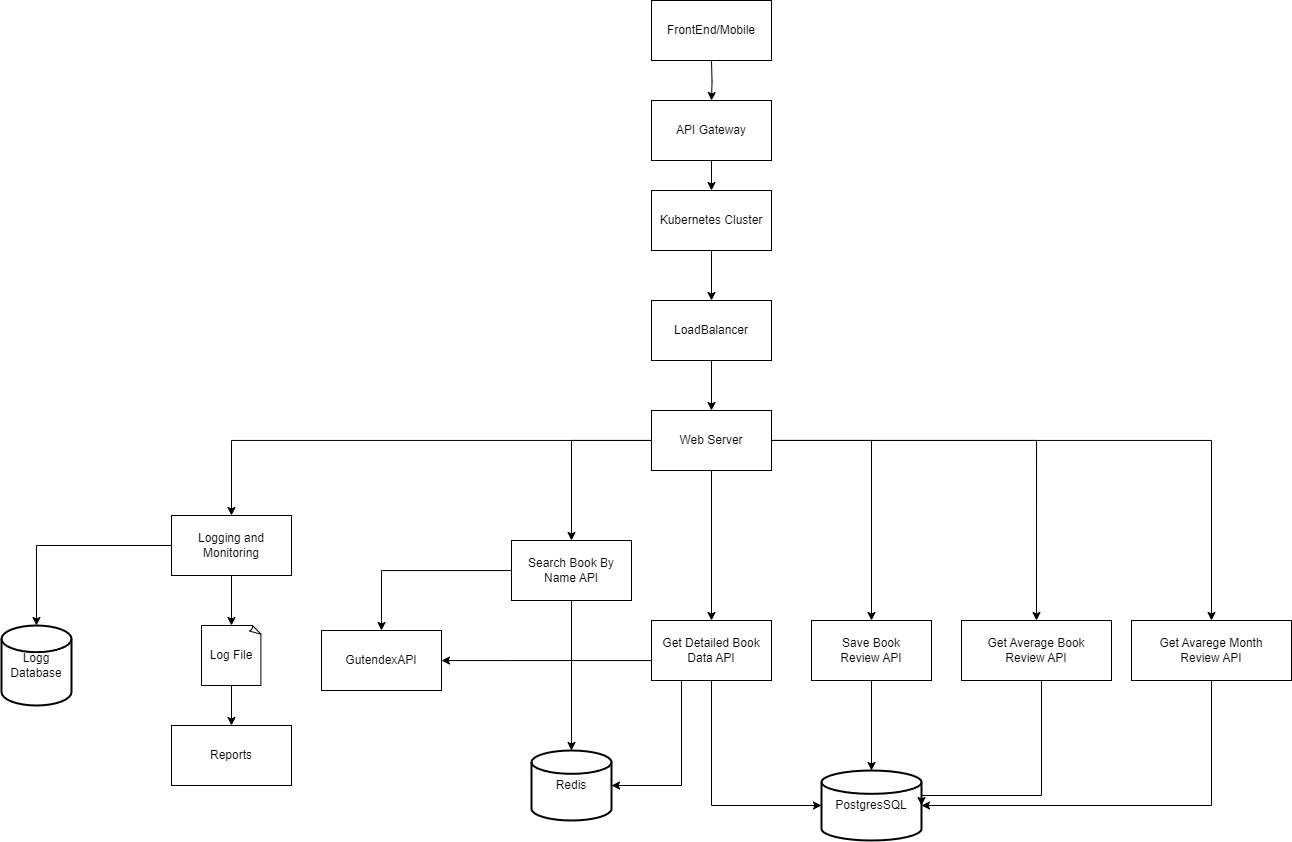
Earlier version of the draw.io export systemdiagram.png (CarlosIlgenfritz/bookreview). Source tidied: cells renumbered, new cells last; positions are measured from the earlier drawing's top-left corner, leaving out a move shared by most shapes. Source of this version:
```xml
<mxGraphModel>
  <root>
    <mxCell id="0" />
    <mxCell id="1" parent="0" />
    <mxCell id="2" style="edgeStyle=orthogonalEdgeStyle;rounded=0;jettySize=auto;html=1;" parent="1" edge="1" target="39">
      <mxGeometry relative="1" as="geometry">
        <mxPoint x="710" y="60" as="sourcePoint" />
      </mxGeometry>
    </mxCell>
    <mxCell id="3" value="FrontEnd/Mobile" style="rounded=0;whiteSpace=wrap;html=1;" parent="1" vertex="1">
      <mxGeometry x="650" width="120" height="60" as="geometry" />
    </mxCell>
    <mxCell id="4" style="edgeStyle=orthogonalEdgeStyle;rounded=0;jettySize=auto;html=1;" parent="1" edge="1" source="5" target="12">
      <mxGeometry relative="1" as="geometry" />
    </mxCell>
    <mxCell id="5" value="LoadBalancer" style="rounded=0;whiteSpace=wrap;html=1;" parent="1" vertex="1">
      <mxGeometry x="650" y="300" width="120" height="60" as="geometry" />
    </mxCell>
    <mxCell id="6" style="edgeStyle=orthogonalEdgeStyle;rounded=0;jettySize=auto;html=1;entryX=0.5;entryY=0;entryDx=0;entryDy=0;" parent="1" edge="1" source="12" target="15">
      <mxGeometry relative="1" as="geometry" />
    </mxCell>
    <mxCell id="7" style="edgeStyle=orthogonalEdgeStyle;rounded=0;jettySize=auto;html=1;" parent="1" edge="1" source="12" target="26">
      <mxGeometry relative="1" as="geometry" />
    </mxCell>
    <mxCell id="8" style="edgeStyle=orthogonalEdgeStyle;rounded=0;jettySize=auto;html=1;" parent="1" edge="1" source="12" target="23">
      <mxGeometry relative="1" as="geometry" />
    </mxCell>
    <mxCell id="9" style="edgeStyle=orthogonalEdgeStyle;rounded=0;jettySize=auto;html=1;entryX=0.5;entryY=0;entryDx=0;entryDy=0;" parent="1" edge="1" source="12" target="25">
      <mxGeometry relative="1" as="geometry" />
    </mxCell>
    <mxCell id="10" style="edgeStyle=orthogonalEdgeStyle;rounded=0;jettySize=auto;html=1;" parent="1" edge="1" source="12" target="28">
      <mxGeometry relative="1" as="geometry" />
    </mxCell>
    <mxCell id="11" style="edgeStyle=orthogonalEdgeStyle;rounded=0;jettySize=auto;html=1;" parent="1" edge="1" source="12" target="30">
      <mxGeometry relative="1" as="geometry" />
    </mxCell>
    <mxCell id="12" value="Web Server" style="rounded=0;whiteSpace=wrap;html=1;" parent="1" vertex="1">
      <mxGeometry x="650" y="410" width="120" height="60" as="geometry" />
    </mxCell>
    <mxCell id="13" style="edgeStyle=orthogonalEdgeStyle;rounded=0;jettySize=auto;html=1;" parent="1" edge="1" source="15" target="17">
      <mxGeometry relative="1" as="geometry" />
    </mxCell>
    <mxCell id="14" style="edgeStyle=orthogonalEdgeStyle;rounded=0;jettySize=auto;html=1;" parent="1" edge="1" source="15" target="16">
      <mxGeometry relative="1" as="geometry" />
    </mxCell>
    <mxCell id="15" value="Search Book By Name API" style="rounded=0;whiteSpace=wrap;html=1;" parent="1" vertex="1">
      <mxGeometry x="510" y="540" width="120" height="60" as="geometry" />
    </mxCell>
    <mxCell id="16" value="Redis" style="strokeWidth=2;html=1;shape=mxgraph.flowchart.database;whiteSpace=wrap;" parent="1" vertex="1">
      <mxGeometry x="530" y="750" width="80" height="70" as="geometry" />
    </mxCell>
    <mxCell id="17" value="GutendexAPI" style="rounded=0;whiteSpace=wrap;html=1;" parent="1" vertex="1">
      <mxGeometry x="320" y="630" width="120" height="60" as="geometry" />
    </mxCell>
    <mxCell id="18" style="edgeStyle=orthogonalEdgeStyle;rounded=0;jettySize=auto;html=1;" parent="1" edge="1" source="26" target="19">
      <mxGeometry relative="1" as="geometry" />
    </mxCell>
    <mxCell id="19" value="PostgresSQL" style="strokeWidth=2;html=1;shape=mxgraph.flowchart.database;whiteSpace=wrap;" parent="1" vertex="1">
      <mxGeometry x="820" y="770" width="100" height="70" as="geometry" />
    </mxCell>
    <mxCell id="20" style="edgeStyle=orthogonalEdgeStyle;rounded=0;jettySize=auto;html=1;" parent="1" edge="1" source="23" target="17">
      <mxGeometry relative="1" as="geometry">
        <Array as="points">
          <mxPoint x="510" y="660" />
          <mxPoint x="510" y="660" />
        </Array>
      </mxGeometry>
    </mxCell>
    <mxCell id="21" style="edgeStyle=orthogonalEdgeStyle;rounded=0;jettySize=auto;html=1;entryX=1;entryY=0.5;entryDx=0;entryDy=0;entryPerimeter=0;" parent="1" edge="1" source="23" target="16">
      <mxGeometry relative="1" as="geometry">
        <Array as="points">
          <mxPoint x="680" y="785" />
        </Array>
      </mxGeometry>
    </mxCell>
    <mxCell id="22" style="edgeStyle=orthogonalEdgeStyle;rounded=0;jettySize=auto;html=1;entryX=0;entryY=0.5;entryDx=0;entryDy=0;entryPerimeter=0;" parent="1" edge="1" source="23" target="19">
      <mxGeometry relative="1" as="geometry">
        <Array as="points">
          <mxPoint x="710" y="805" />
        </Array>
      </mxGeometry>
    </mxCell>
    <mxCell id="23" value="Get Detailed Book&lt;br&gt;Data API" style="rounded=0;whiteSpace=wrap;html=1;" parent="1" vertex="1">
      <mxGeometry x="650" y="620" width="120" height="60" as="geometry" />
    </mxCell>
    <mxCell id="24" style="edgeStyle=orthogonalEdgeStyle;rounded=0;jettySize=auto;html=1;entryX=1;entryY=0.5;entryDx=0;entryDy=0;entryPerimeter=0;" parent="1" edge="1" source="25" target="19">
      <mxGeometry relative="1" as="geometry">
        <Array as="points">
          <mxPoint x="1040" y="795" />
        </Array>
      </mxGeometry>
    </mxCell>
    <mxCell id="25" value="Get Average Book&lt;br&gt;Review API" style="rounded=0;whiteSpace=wrap;html=1;" parent="1" vertex="1">
      <mxGeometry x="960" y="620" width="150" height="60" as="geometry" />
    </mxCell>
    <mxCell id="26" value="Save Book &lt;br&gt;Review API" style="rounded=0;whiteSpace=wrap;html=1;" parent="1" vertex="1">
      <mxGeometry x="810" y="620" width="120" height="60" as="geometry" />
    </mxCell>
    <mxCell id="27" style="edgeStyle=orthogonalEdgeStyle;rounded=0;jettySize=auto;html=1;entryX=1;entryY=0.5;entryDx=0;entryDy=0;entryPerimeter=0;" parent="1" edge="1" source="28" target="19">
      <mxGeometry relative="1" as="geometry">
        <Array as="points">
          <mxPoint x="1210" y="805" />
        </Array>
      </mxGeometry>
    </mxCell>
    <mxCell id="28" value="Get Avarege Month &lt;br&gt;Review API" style="rounded=0;whiteSpace=wrap;html=1;" parent="1" vertex="1">
      <mxGeometry x="1130" y="620" width="160" height="60" as="geometry" />
    </mxCell>
    <mxCell id="29" style="edgeStyle=orthogonalEdgeStyle;rounded=0;jettySize=auto;html=1;entryX=0.5;entryY=0;entryDx=0;entryDy=0;entryPerimeter=0;" parent="1" edge="1" source="30" target="35">
      <mxGeometry relative="1" as="geometry" />
    </mxCell>
    <mxCell id="30" value="Logging and&lt;br&gt;Monitoring" style="rounded=0;whiteSpace=wrap;html=1;" parent="1" vertex="1">
      <mxGeometry x="170" y="515" width="120" height="60" as="geometry" />
    </mxCell>
    <mxCell id="31" style="edgeStyle=orthogonalEdgeStyle;rounded=0;jettySize=auto;html=1;entryX=0.5;entryY=0;entryDx=0;entryDy=0;" parent="1" edge="1" source="30" target="33">
      <mxGeometry relative="1" as="geometry" />
    </mxCell>
    <mxCell id="32" style="edgeStyle=orthogonalEdgeStyle;rounded=0;jettySize=auto;html=1;entryX=0.5;entryY=0;entryDx=0;entryDy=0;" parent="1" edge="1" source="33" target="34">
      <mxGeometry relative="1" as="geometry" />
    </mxCell>
    <mxCell id="33" value="Log File" style="whiteSpace=wrap;html=1;shape=mxgraph.basic.document;" parent="1" vertex="1">
      <mxGeometry x="200" y="625" width="60" height="60" as="geometry" />
    </mxCell>
    <mxCell id="34" value="Reports" style="rounded=0;whiteSpace=wrap;html=1;" parent="1" vertex="1">
      <mxGeometry x="170" y="725" width="120" height="60" as="geometry" />
    </mxCell>
    <mxCell id="35" value="Logg&lt;br&gt;Database" style="strokeWidth=2;html=1;shape=mxgraph.flowchart.database;whiteSpace=wrap;" parent="1" vertex="1">
      <mxGeometry y="625" width="70" height="80" as="geometry" />
    </mxCell>
    <mxCell id="36" style="edgeStyle=orthogonalEdgeStyle;rounded=0;jettySize=auto;html=1;entryX=0.5;entryY=0;entryDx=0;entryDy=0;" parent="1" edge="1" source="37" target="5">
      <mxGeometry relative="1" as="geometry" />
    </mxCell>
    <mxCell id="37" value="Kubernetes Cluster" style="rounded=0;whiteSpace=wrap;html=1;" parent="1" vertex="1">
      <mxGeometry x="650" y="190" width="120" height="60" as="geometry" />
    </mxCell>
    <mxCell id="38" style="edgeStyle=orthogonalEdgeStyle;rounded=0;jettySize=auto;html=1;" parent="1" edge="1" source="39" target="37">
      <mxGeometry relative="1" as="geometry" />
    </mxCell>
    <mxCell id="39" value="API Gateway" style="rounded=0;whiteSpace=wrap;html=1;" parent="1" vertex="1">
      <mxGeometry x="650" y="100" width="120" height="60" as="geometry" />
    </mxCell>
  </root>
</mxGraphModel>
```
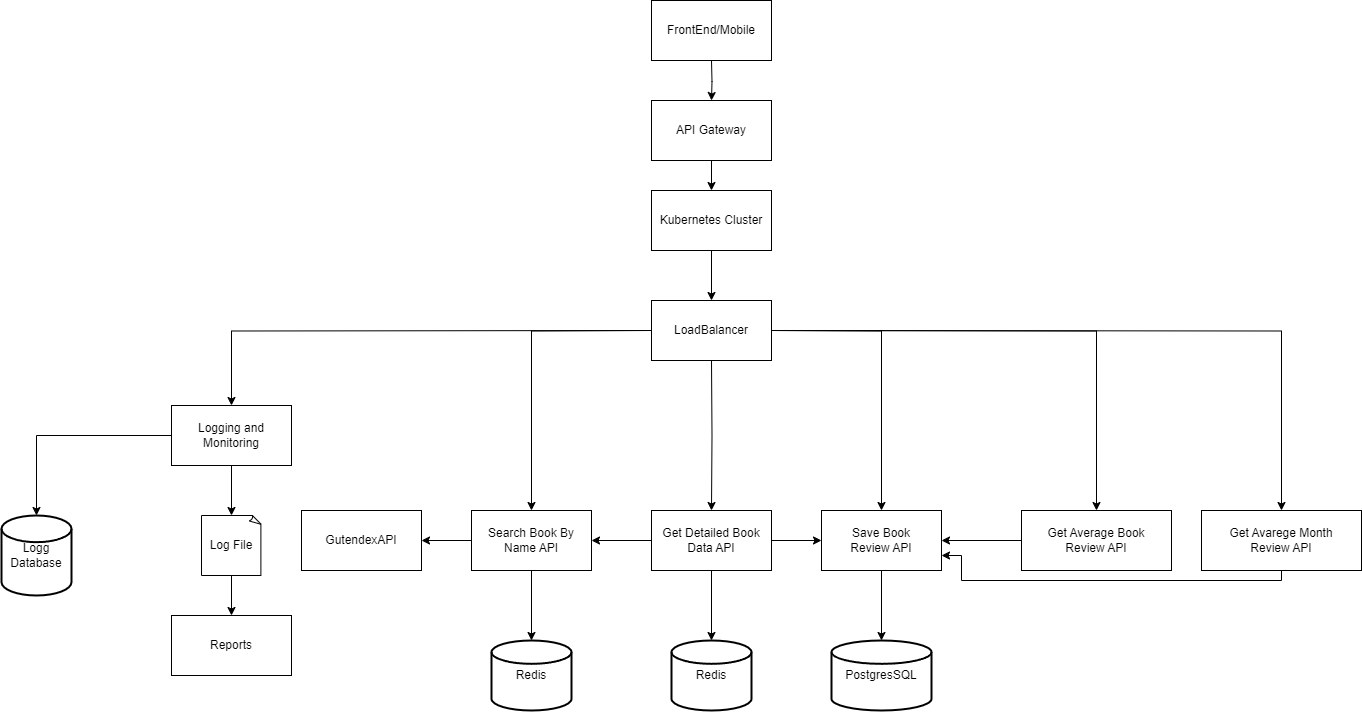
Later version of the same file.

Change to the diagram source:
```diff
@@ -4,39 +4,45 @@
     <mxCell id="1" parent="0" />
     <mxCell id="2" style="edgeStyle=orthogonalEdgeStyle;rounded=0;jettySize=auto;html=1;" parent="1" edge="1" target="39">
       <mxGeometry relative="1" as="geometry">
-        <mxPoint x="710" y="60" as="sourcePoint" />
+        <mxPoint x="710" y="170" as="sourcePoint" />
       </mxGeometry>
     </mxCell>
     <mxCell id="3" value="FrontEnd/Mobile" style="rounded=0;whiteSpace=wrap;html=1;" parent="1" vertex="1">
-      <mxGeometry x="650" width="120" height="60" as="geometry" />
+      <mxGeometry x="650" y="110" width="120" height="60" as="geometry" />
     </mxCell>
-    <mxCell id="4" style="edgeStyle=orthogonalEdgeStyle;rounded=0;jettySize=auto;html=1;" parent="1" edge="1" source="5" target="12">
-      <mxGeometry relative="1" as="geometry" />
-    </mxCell>
     <mxCell id="5" value="LoadBalancer" style="rounded=0;whiteSpace=wrap;html=1;" parent="1" vertex="1">
-      <mxGeometry x="650" y="300" width="120" height="60" as="geometry" />
+      <mxGeometry x="650" y="410" width="120" height="60" as="geometry" />
     </mxCell>
-    <mxCell id="6" style="edgeStyle=orthogonalEdgeStyle;rounded=0;jettySize=auto;html=1;entryX=0.5;entryY=0;entryDx=0;entryDy=0;" parent="1" edge="1" source="12" target="15">
-      <mxGeometry relative="1" as="geometry" />
+    <mxCell id="6" style="edgeStyle=orthogonalEdgeStyle;rounded=0;jettySize=auto;html=1;entryX=0.5;entryY=0;entryDx=0;entryDy=0;" parent="1" edge="1" target="15">
+      <mxGeometry relative="1" as="geometry">
+        <mxPoint x="650" y="440" as="sourcePoint" />
+      </mxGeometry>
     </mxCell>
-    <mxCell id="7" style="edgeStyle=orthogonalEdgeStyle;rounded=0;jettySize=auto;html=1;" parent="1" edge="1" source="12" target="26">
-      <mxGeometry relative="1" as="geometry" />
+    <mxCell id="7" style="edgeStyle=orthogonalEdgeStyle;rounded=0;jettySize=auto;html=1;" parent="1" edge="1" target="26">
+      <mxGeometry relative="1" as="geometry">
+        <mxPoint x="770" y="440" as="sourcePoint" />
+      </mxGeometry>
     </mxCell>
-    <mxCell id="8" style="edgeStyle=orthogonalEdgeStyle;rounded=0;jettySize=auto;html=1;" parent="1" edge="1" source="12" target="23">
-      <mxGeometry relative="1" as="geometry" />
+    <mxCell id="8" style="edgeStyle=orthogonalEdgeStyle;rounded=0;jettySize=auto;html=1;" parent="1" edge="1" target="23">
+      <mxGeometry relative="1" as="geometry">
+        <mxPoint x="710" y="470" as="sourcePoint" />
+      </mxGeometry>
     </mxCell>
-    <mxCell id="9" style="edgeStyle=orthogonalEdgeStyle;rounded=0;jettySize=auto;html=1;entryX=0.5;entryY=0;entryDx=0;entryDy=0;" parent="1" edge="1" source="12" target="25">
-      <mxGeometry relative="1" as="geometry" />
+    <mxCell id="9" style="edgeStyle=orthogonalEdgeStyle;rounded=0;jettySize=auto;html=1;entryX=0.5;entryY=0;entryDx=0;entryDy=0;" parent="1" edge="1" target="25">
+      <mxGeometry relative="1" as="geometry">
+        <mxPoint x="770" y="440" as="sourcePoint" />
+      </mxGeometry>
     </mxCell>
-    <mxCell id="10" style="edgeStyle=orthogonalEdgeStyle;rounded=0;jettySize=auto;html=1;" parent="1" edge="1" source="12" target="28">
-      <mxGeometry relative="1" as="geometry" />
+    <mxCell id="10" style="edgeStyle=orthogonalEdgeStyle;rounded=0;jettySize=auto;html=1;" parent="1" edge="1" target="28">
+      <mxGeometry relative="1" as="geometry">
+        <mxPoint x="770" y="440" as="sourcePoint" />
+      </mxGeometry>
     </mxCell>
-    <mxCell id="11" style="edgeStyle=orthogonalEdgeStyle;rounded=0;jettySize=auto;html=1;" parent="1" edge="1" source="12" target="30">
-      <mxGeometry relative="1" as="geometry" />
+    <mxCell id="11" style="edgeStyle=orthogonalEdgeStyle;rounded=0;jettySize=auto;html=1;" parent="1" edge="1" target="30">
+      <mxGeometry relative="1" as="geometry">
+        <mxPoint x="650" y="440" as="sourcePoint" />
+      </mxGeometry>
     </mxCell>
-    <mxCell id="12" value="Web Server" style="rounded=0;whiteSpace=wrap;html=1;" parent="1" vertex="1">
-      <mxGeometry x="650" y="410" width="120" height="60" as="geometry" />
-    </mxCell>
     <mxCell id="13" style="edgeStyle=orthogonalEdgeStyle;rounded=0;jettySize=auto;html=1;" parent="1" edge="1" source="15" target="17">
       <mxGeometry relative="1" as="geometry" />
     </mxCell>
@@ -44,67 +50,52 @@
       <mxGeometry relative="1" as="geometry" />
     </mxCell>
     <mxCell id="15" value="Search Book By Name API" style="rounded=0;whiteSpace=wrap;html=1;" parent="1" vertex="1">
-      <mxGeometry x="510" y="540" width="120" height="60" as="geometry" />
+      <mxGeometry x="470" y="620" width="120" height="60" as="geometry" />
     </mxCell>
     <mxCell id="16" value="Redis" style="strokeWidth=2;html=1;shape=mxgraph.flowchart.database;whiteSpace=wrap;" parent="1" vertex="1">
-      <mxGeometry x="530" y="750" width="80" height="70" as="geometry" />
+      <mxGeometry x="490" y="750" width="80" height="70" as="geometry" />
     </mxCell>
     <mxCell id="17" value="GutendexAPI" style="rounded=0;whiteSpace=wrap;html=1;" parent="1" vertex="1">
-      <mxGeometry x="320" y="630" width="120" height="60" as="geometry" />
+      <mxGeometry x="300" y="620" width="120" height="60" as="geometry" />
     </mxCell>
     <mxCell id="18" style="edgeStyle=orthogonalEdgeStyle;rounded=0;jettySize=auto;html=1;" parent="1" edge="1" source="26" target="19">
       <mxGeometry relative="1" as="geometry" />
     </mxCell>
     <mxCell id="19" value="PostgresSQL" style="strokeWidth=2;html=1;shape=mxgraph.flowchart.database;whiteSpace=wrap;" parent="1" vertex="1">
-      <mxGeometry x="820" y="770" width="100" height="70" as="geometry" />
+      <mxGeometry x="830" y="750" width="100" height="70" as="geometry" />
     </mxCell>
-    <mxCell id="20" style="edgeStyle=orthogonalEdgeStyle;rounded=0;jettySize=auto;html=1;" parent="1" edge="1" source="23" target="17">
-      <mxGeometry relative="1" as="geometry">
-        <Array as="points">
-          <mxPoint x="510" y="660" />
-          <mxPoint x="510" y="660" />
-        </Array>
-      </mxGeometry>
-    </mxCell>
-    <mxCell id="21" style="edgeStyle=orthogonalEdgeStyle;rounded=0;jettySize=auto;html=1;entryX=1;entryY=0.5;entryDx=0;entryDy=0;entryPerimeter=0;" parent="1" edge="1" source="23" target="16">
-      <mxGeometry relative="1" as="geometry">
-        <Array as="points">
-          <mxPoint x="680" y="785" />
-        </Array>
-      </mxGeometry>
-    </mxCell>
-    <mxCell id="22" style="edgeStyle=orthogonalEdgeStyle;rounded=0;jettySize=auto;html=1;entryX=0;entryY=0.5;entryDx=0;entryDy=0;entryPerimeter=0;" parent="1" edge="1" source="23" target="19">
-      <mxGeometry relative="1" as="geometry">
-        <Array as="points">
-          <mxPoint x="710" y="805" />
-        </Array>
-      </mxGeometry>
-    </mxCell>
+    <mxCell id="40" style="edgeStyle=orthogonalEdgeStyle;rounded=0;jettySize=auto;html=1;entryX=1;entryY=0.5;entryDx=0;entryDy=0;" parent="1" edge="1" source="23" target="15">
+      <mxGeometry relative="1" as="geometry" />
+    </mxCell>
+    <mxCell id="41" style="edgeStyle=orthogonalEdgeStyle;rounded=0;jettySize=auto;html=1;" parent="1" edge="1" source="23" target="26">
+      <mxGeometry relative="1" as="geometry" />
+    </mxCell>
+    <mxCell id="42" style="edgeStyle=orthogonalEdgeStyle;rounded=0;jettySize=auto;html=1;entryX=0.5;entryY=0;entryDx=0;entryDy=0;entryPerimeter=0;" parent="1" edge="1" source="23" target="45">
+      <mxGeometry relative="1" as="geometry" />
+    </mxCell>
     <mxCell id="23" value="Get Detailed Book&lt;br&gt;Data API" style="rounded=0;whiteSpace=wrap;html=1;" parent="1" vertex="1">
       <mxGeometry x="650" y="620" width="120" height="60" as="geometry" />
     </mxCell>
-    <mxCell id="24" style="edgeStyle=orthogonalEdgeStyle;rounded=0;jettySize=auto;html=1;entryX=1;entryY=0.5;entryDx=0;entryDy=0;entryPerimeter=0;" parent="1" edge="1" source="25" target="19">
-      <mxGeometry relative="1" as="geometry">
-        <Array as="points">
-          <mxPoint x="1040" y="795" />
-        </Array>
-      </mxGeometry>
-    </mxCell>
+    <mxCell id="43" style="edgeStyle=orthogonalEdgeStyle;rounded=0;jettySize=auto;html=1;entryX=1;entryY=0.5;entryDx=0;entryDy=0;" parent="1" edge="1" source="25" target="26">
+      <mxGeometry relative="1" as="geometry" />
+    </mxCell>
     <mxCell id="25" value="Get Average Book&lt;br&gt;Review API" style="rounded=0;whiteSpace=wrap;html=1;" parent="1" vertex="1">
-      <mxGeometry x="960" y="620" width="150" height="60" as="geometry" />
+      <mxGeometry x="1020" y="620" width="150" height="60" as="geometry" />
     </mxCell>
     <mxCell id="26" value="Save Book &lt;br&gt;Review API" style="rounded=0;whiteSpace=wrap;html=1;" parent="1" vertex="1">
-      <mxGeometry x="810" y="620" width="120" height="60" as="geometry" />
+      <mxGeometry x="820" y="620" width="120" height="60" as="geometry" />
     </mxCell>
-    <mxCell id="27" style="edgeStyle=orthogonalEdgeStyle;rounded=0;jettySize=auto;html=1;entryX=1;entryY=0.5;entryDx=0;entryDy=0;entryPerimeter=0;" parent="1" edge="1" source="28" target="19">
-      <mxGeometry relative="1" as="geometry">
-        <Array as="points">
-          <mxPoint x="1210" y="805" />
-        </Array>
-      </mxGeometry>
-    </mxCell>
+    <mxCell id="44" style="edgeStyle=orthogonalEdgeStyle;rounded=0;jettySize=auto;html=1;entryX=1;entryY=0.75;entryDx=0;entryDy=0;" parent="1" edge="1" source="28" target="26">
+      <mxGeometry relative="1" as="geometry">
+        <Array as="points">
+          <mxPoint x="1280" y="690" />
+          <mxPoint x="960" y="690" />
+          <mxPoint x="960" y="665" />
+        </Array>
+      </mxGeometry>
+    </mxCell>
     <mxCell id="28" value="Get Avarege Month &lt;br&gt;Review API" style="rounded=0;whiteSpace=wrap;html=1;" parent="1" vertex="1">
-      <mxGeometry x="1130" y="620" width="160" height="60" as="geometry" />
+      <mxGeometry x="1200" y="620" width="160" height="60" as="geometry" />
     </mxCell>
     <mxCell id="29" style="edgeStyle=orthogonalEdgeStyle;rounded=0;jettySize=auto;html=1;entryX=0.5;entryY=0;entryDx=0;entryDy=0;entryPerimeter=0;" parent="1" edge="1" source="30" target="35">
       <mxGeometry relative="1" as="geometry" />
@@ -131,13 +122,16 @@
       <mxGeometry relative="1" as="geometry" />
     </mxCell>
     <mxCell id="37" value="Kubernetes Cluster" style="rounded=0;whiteSpace=wrap;html=1;" parent="1" vertex="1">
-      <mxGeometry x="650" y="190" width="120" height="60" as="geometry" />
+      <mxGeometry x="650" y="300" width="120" height="60" as="geometry" />
     </mxCell>
     <mxCell id="38" style="edgeStyle=orthogonalEdgeStyle;rounded=0;jettySize=auto;html=1;" parent="1" edge="1" source="39" target="37">
       <mxGeometry relative="1" as="geometry" />
     </mxCell>
     <mxCell id="39" value="API Gateway" style="rounded=0;whiteSpace=wrap;html=1;" parent="1" vertex="1">
-      <mxGeometry x="650" y="100" width="120" height="60" as="geometry" />
+      <mxGeometry x="650" y="210" width="120" height="60" as="geometry" />
     </mxCell>
+    <mxCell id="45" value="Redis" style="strokeWidth=2;html=1;shape=mxgraph.flowchart.database;whiteSpace=wrap;" parent="1" vertex="1">
+      <mxGeometry x="670" y="750" width="80" height="70" as="geometry" />
+    </mxCell>
   </root>
 </mxGraphModel>
```
